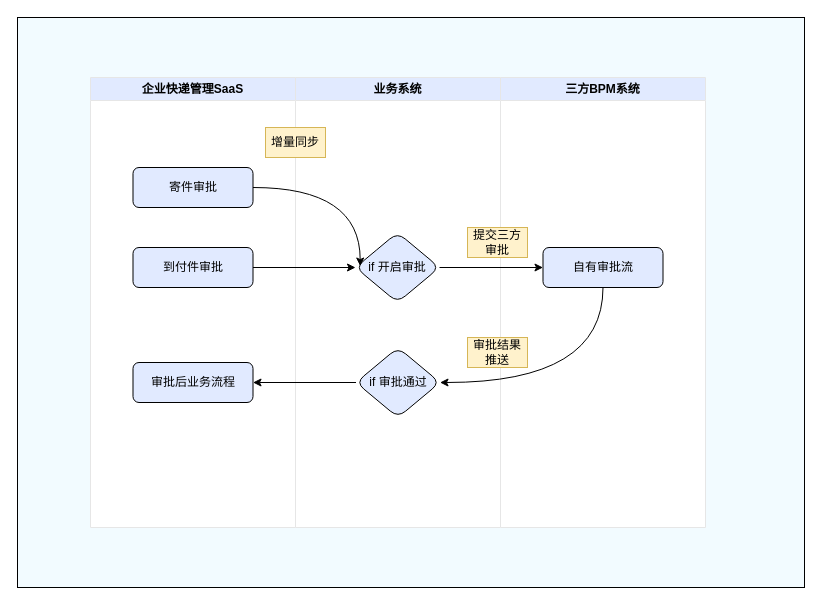
Before: page "自有审批流集成" (4 of 5) of 天合光能.drawio in Lauyoo/huimieba, a draw.io diagram. Source tidied: cells renumbered, new cells numbered last; positions are measured from the earlier drawing's top-left corner, leaving out a move shared by most shapes. Both pictures are drawn from the tidied source at 100%, with x=0, y=0 at pixel (17, 17).
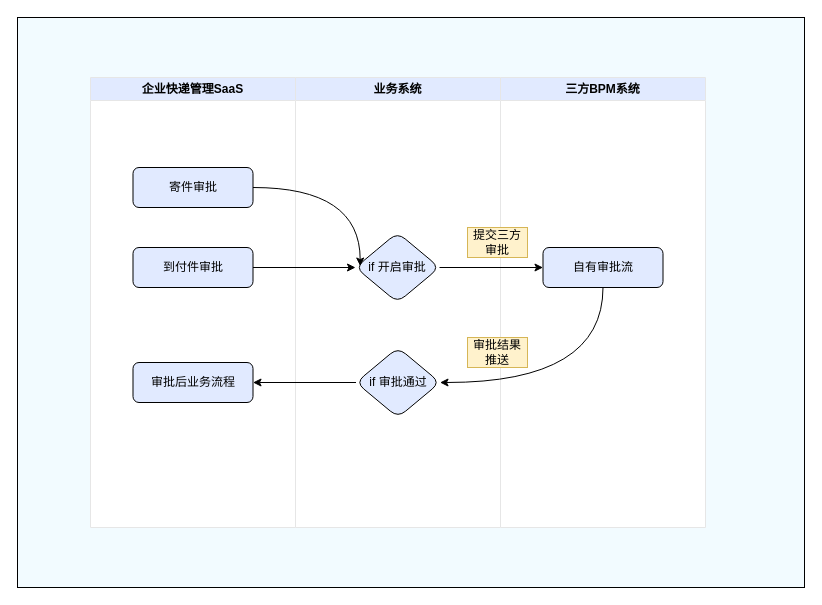
Above is the later version.

The edit, as a diff of the source:
```diff
@@
 <mxGraphModel>
   <root>
     <mxCell id="0" />
     <mxCell id="1" parent="0" />
     <mxCell id="2" style="rounded=0;whiteSpace=wrap;html=1;fillColor=#f2fbff;" parent="1" vertex="1">
       <mxGeometry width="787" height="570" as="geometry" />
     </mxCell>
     <mxCell id="3" value="业务系统" style="swimlane;whiteSpace=wrap;html=1;fillColor=#e1eaff;strokeColor=#E6E6E6;swimlaneFillColor=#FFFFFF;" parent="1" vertex="1">
       <mxGeometry x="278" y="60" width="205" height="450" as="geometry" />
     </mxCell>
     <mxCell id="4" value="if 开启审批" style="rhombus;whiteSpace=wrap;html=1;rounded=1;fillColor=#e1eaff;" parent="3" vertex="1">
       <mxGeometry x="60" y="155" width="84" height="70" as="geometry" />
     </mxCell>
     <mxCell id="5" value="if 审批通过" style="rhombus;whiteSpace=wrap;html=1;rounded=1;fillColor=#e1eaff;" parent="3" vertex="1">
       <mxGeometry x="60.5" y="270" width="84" height="70" as="geometry" />
     </mxCell>
     <mxCell id="6" value="企业快递管理SaaS" style="swimlane;whiteSpace=wrap;html=1;fillColor=#e1eaff;strokeColor=#E6E6E6;swimlaneFillColor=#FFFFFF;" parent="1" vertex="1">
       <mxGeometry x="73" y="60" width="205" height="450" as="geometry" />
     </mxCell>
     <mxCell id="7" value="寄件审批" style="rounded=1;whiteSpace=wrap;html=1;fillColor=#e1eaff;" parent="6" vertex="1">
       <mxGeometry x="42.5" y="90" width="120" height="40" as="geometry" />
     </mxCell>
     <mxCell id="8" value="到付件审批" style="rounded=1;whiteSpace=wrap;html=1;fillColor=#e1eaff;" parent="6" vertex="1">
       <mxGeometry x="42.5" y="170" width="120" height="40" as="geometry" />
     </mxCell>
     <mxCell id="9" value="审批后业务流程" style="rounded=1;whiteSpace=wrap;html=1;fillColor=#e1eaff;" parent="6" vertex="1">
       <mxGeometry x="42.5" y="285" width="120" height="40" as="geometry" />
     </mxCell>
     <mxCell id="10" value="三方BPM系统" style="swimlane;whiteSpace=wrap;html=1;fillColor=#e1eaff;strokeColor=#E6E6E6;swimlaneFillColor=#FFFFFF;" parent="1" vertex="1">
       <mxGeometry x="483" y="60" width="205" height="450" as="geometry" />
     </mxCell>
     <mxCell id="11" value="自有审批流" style="rounded=1;whiteSpace=wrap;html=1;fillColor=#e1eaff;" parent="10" vertex="1">
       <mxGeometry x="42.5" y="170" width="120" height="40" as="geometry" />
     </mxCell>
-    <mxCell id="12" value="增量同步" style="text;html=1;strokeColor=#d6b656;fillColor=#fff2cc;align=center;verticalAlign=middle;whiteSpace=wrap;rounded=0;" parent="1" vertex="1">
-      <mxGeometry x="248" y="110" width="60" height="30" as="geometry" />
-    </mxCell>
     <mxCell id="13" value="提交三方审批" style="text;html=1;strokeColor=#d6b656;fillColor=#fff2cc;align=center;verticalAlign=middle;whiteSpace=wrap;rounded=0;" parent="1" vertex="1">
       <mxGeometry x="450" y="210" width="60" height="30" as="geometry" />
     </mxCell>
     <mxCell id="14" style="edgeStyle=orthogonalEdgeStyle;rounded=0;jettySize=auto;html=1;exitX=1;exitY=0.5;exitDx=0;exitDy=0;" parent="1" edge="1" source="8" target="4">
       <mxGeometry relative="1" as="geometry" />
     </mxCell>
     <mxCell id="15" style="edgeStyle=orthogonalEdgeStyle;rounded=0;jettySize=auto;html=1;exitX=1;exitY=0.5;exitDx=0;exitDy=0;entryX=0.056;entryY=0.479;entryDx=0;entryDy=0;entryPerimeter=0;curved=1;" parent="1" edge="1" source="7" target="4">
       <mxGeometry relative="1" as="geometry" />
     </mxCell>
     <mxCell id="16" style="edgeStyle=orthogonalEdgeStyle;rounded=0;jettySize=auto;html=1;exitX=1;exitY=0.5;exitDx=0;exitDy=0;entryX=0;entryY=0.5;entryDx=0;entryDy=0;" parent="1" edge="1" source="4" target="11">
       <mxGeometry relative="1" as="geometry" />
     </mxCell>
     <mxCell id="17" value="审批结果推送" style="text;html=1;strokeColor=#d6b656;fillColor=#fff2cc;align=center;verticalAlign=middle;whiteSpace=wrap;rounded=0;" parent="1" vertex="1">
       <mxGeometry x="450" y="320" width="60" height="30" as="geometry" />
     </mxCell>
     <mxCell id="18" style="edgeStyle=orthogonalEdgeStyle;rounded=0;jettySize=auto;html=1;exitX=0.5;exitY=1;exitDx=0;exitDy=0;entryX=1;entryY=0.5;entryDx=0;entryDy=0;curved=1;" parent="1" edge="1" source="11" target="5">
       <mxGeometry relative="1" as="geometry" />
     </mxCell>
     <mxCell id="19" style="edgeStyle=orthogonalEdgeStyle;rounded=0;jettySize=auto;html=1;exitX=0;exitY=0.5;exitDx=0;exitDy=0;" parent="1" edge="1" source="5" target="9">
       <mxGeometry relative="1" as="geometry" />
     </mxCell>
   </root>
 </mxGraphModel>
```
